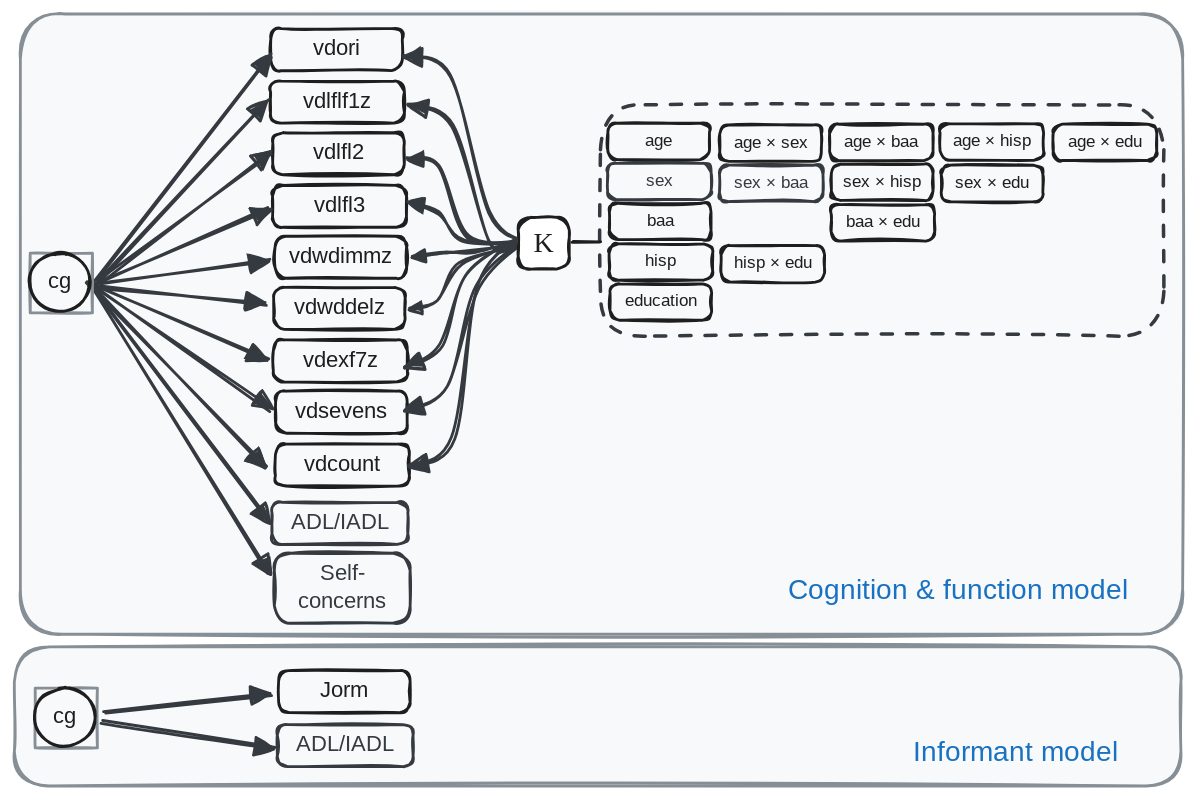
Earlier version of the Excalidraw export R/excalidraw/PMM-103-PMM-no-latent.excalidraw.svg (dougtommet/HRS_cog_classification). Source tidied: one line per element, renumbered; positions are measured from the earlier drawing's top-left corner, leaving out a move shared by most shapes.
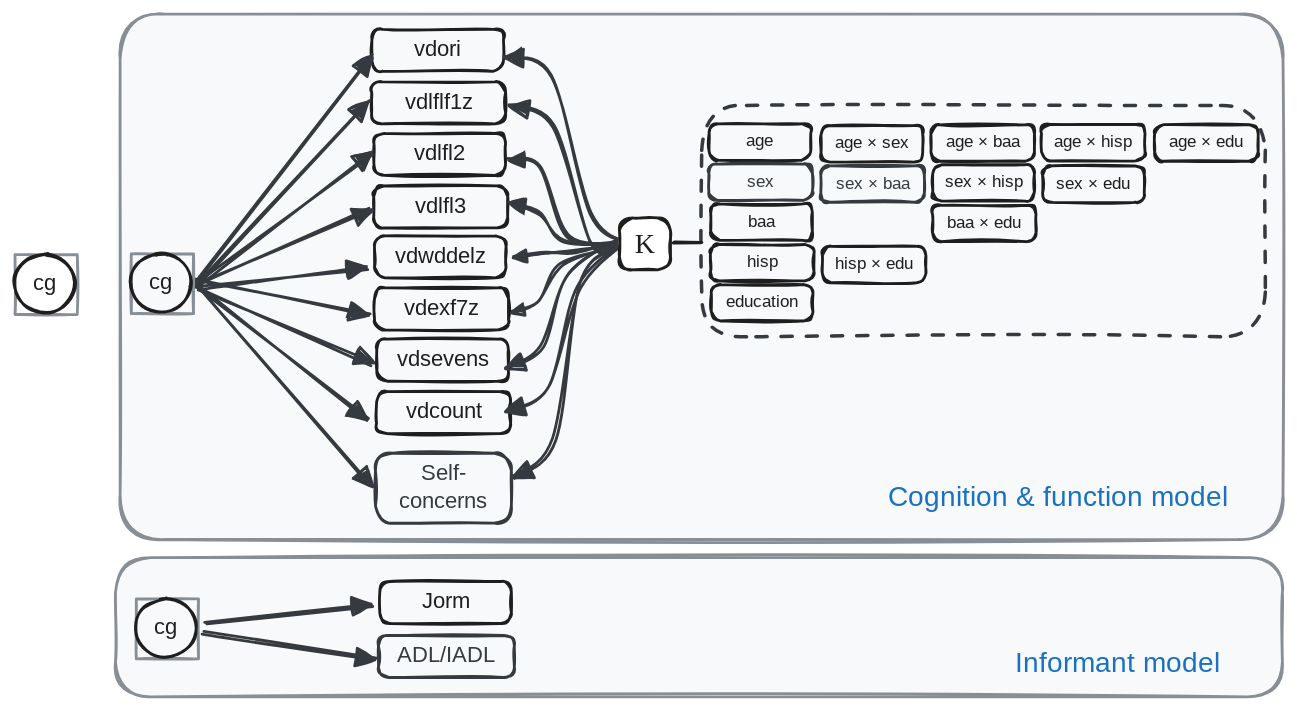
Above is the later version.

The edit, as a diff of the source:
```diff
@@ -1,38 +1,34 @@
-{"id": 0, "type": "rectangle", "strokeColor": "#868e96", "backgroundColor": "#f8f9fa", "fillStyle": "solid", "strokeWidth": 2, "roughness": 1, "round": true, "x": 0, "y": 452, "width": 834, "height": 99}
+{"id": 0, "type": "rectangle", "strokeColor": "#868e96", "backgroundColor": "#f8f9fa", "fillStyle": "solid", "strokeWidth": 2, "roughness": 1, "round": true, "x": 0, "y": 388, "width": 834, "height": 99}
-{"id": 1, "type": "rectangle", "strokeColor": "#868e96", "backgroundColor": "#f8f9fa", "fillStyle": "solid", "strokeWidth": 2, "roughness": 1, "round": true, "x": 4, "y": 0, "width": 830, "height": 443}
+{"id": 1, "type": "rectangle", "strokeColor": "#868e96", "backgroundColor": "#f8f9fa", "fillStyle": "solid", "strokeWidth": 2, "roughness": 1, "round": true, "x": 3, "y": 0, "width": 831, "height": 375}
 {"id": 2, "type": "rectangle", "strokeColor": "#1e1e1e", "strokeWidth": 2, "roughness": 1, "round": true, "x": 183, "y": 10, "width": 94, "height": 30}
 {"id": 3, "type": "text", "text": "vdori", "strokeColor": "#1e1e1e", "strokeWidth": 2, "roughness": 1, "fontSize": 16, "fontFamily": 5, "textAlign": "center", "verticalAlign": "middle", "inside": 2, "x": 213, "y": 15, "width": 34, "height": 20}
-{"id": 4, "type": "rectangle", "strokeColor": "#1e1e1e", "strokeWidth": 2, "roughness": 1, "round": true, "x": 185, "y": 195, "width": 94, "height": 30}
+{"id": 4, "type": "rectangle", "strokeColor": "#1e1e1e", "strokeWidth": 2, "roughness": 1, "round": true, "x": 185, "y": 158, "width": 94, "height": 30}
-{"id": 5, "type": "text", "text": "vdwddelz", "strokeColor": "#1e1e1e", "strokeWidth": 2, "roughness": 1, "fontSize": 16, "fontFamily": 5, "textAlign": "center", "verticalAlign": "middle", "inside": 4, "x": 197, "y": 200, "width": 70, "height": 20}
+{"id": 5, "type": "text", "text": "vdwddelz", "strokeColor": "#1e1e1e", "strokeWidth": 2, "roughness": 1, "fontSize": 16, "fontFamily": 5, "textAlign": "center", "verticalAlign": "middle", "inside": 4, "x": 197, "y": 163, "width": 70, "height": 20}
 {"id": 6, "type": "rectangle", "strokeColor": "#1e1e1e", "strokeWidth": 2, "roughness": 1, "round": true, "x": 185, "y": 85, "width": 94, "height": 30}
 {"id": 7, "type": "text", "text": "vdlfl2", "strokeColor": "#1e1e1e", "strokeWidth": 2, "roughness": 1, "fontSize": 16, "fontFamily": 5, "textAlign": "center", "verticalAlign": "middle", "inside": 6, "x": 213, "y": 90, "width": 37, "height": 20}
-{"id": 8, "type": "rectangle", "strokeColor": "#1e1e1e", "strokeWidth": 2, "roughness": 1, "round": true, "x": 187, "y": 270, "width": 94, "height": 30}
+{"id": 8, "type": "rectangle", "strokeColor": "#1e1e1e", "strokeWidth": 2, "roughness": 1, "round": true, "x": 187, "y": 232, "width": 94, "height": 30}
-{"id": 9, "type": "text", "text": "vdsevens", "strokeColor": "#1e1e1e", "strokeWidth": 2, "roughness": 1, "fontSize": 16, "fontFamily": 5, "textAlign": "center", "verticalAlign": "middle", "inside": 8, "x": 199, "y": 275, "width": 69, "height": 20}
+{"id": 9, "type": "text", "text": "vdsevens", "strokeColor": "#1e1e1e", "strokeWidth": 2, "roughness": 1, "fontSize": 16, "fontFamily": 5, "textAlign": "center", "verticalAlign": "middle", "inside": 8, "x": 199, "y": 237, "width": 69, "height": 20}
 {"id": 10, "type": "rectangle", "strokeColor": "#1e1e1e", "strokeWidth": 2, "roughness": 1, "round": true, "x": 183, "y": 48, "width": 96, "height": 30}
 {"id": 11, "type": "text", "text": "vdlflf1z", "strokeColor": "#1e1e1e", "strokeWidth": 2, "roughness": 1, "fontSize": 16, "fontFamily": 5, "textAlign": "center", "verticalAlign": "middle", "inside": 10, "x": 206, "y": 53, "width": 50, "height": 20}
-{"id": 12, "type": "rectangle", "strokeColor": "#1e1e1e", "strokeWidth": 2, "roughness": 1, "round": true, "x": 185, "y": 233, "width": 96, "height": 30}
+{"id": 12, "type": "rectangle", "strokeColor": "#1e1e1e", "strokeWidth": 2, "roughness": 1, "round": true, "x": 185, "y": 195, "width": 96, "height": 30}
-{"id": 13, "type": "text", "text": "vdexf7z", "strokeColor": "#1e1e1e", "strokeWidth": 2, "roughness": 1, "fontSize": 16, "fontFamily": 5, "textAlign": "center", "verticalAlign": "middle", "inside": 12, "x": 202, "y": 238, "width": 62, "height": 20}
+{"id": 13, "type": "text", "text": "vdexf7z", "strokeColor": "#1e1e1e", "strokeWidth": 2, "roughness": 1, "fontSize": 16, "fontFamily": 5, "textAlign": "center", "verticalAlign": "middle", "inside": 12, "x": 202, "y": 200, "width": 62, "height": 20}
 {"id": 14, "type": "rectangle", "strokeColor": "#1e1e1e", "strokeWidth": 2, "roughness": 1, "round": true, "x": 184, "y": 122, "width": 96, "height": 30}
 {"id": 15, "type": "text", "text": "vdlfl3", "strokeColor": "#1e1e1e", "strokeWidth": 2, "roughness": 1, "fontSize": 16, "fontFamily": 5, "textAlign": "center", "verticalAlign": "middle", "inside": 14, "x": 214, "y": 127, "width": 37, "height": 20}
-{"id": 16, "type": "rectangle", "strokeColor": "#1e1e1e", "strokeWidth": 2, "roughness": 1, "round": true, "x": 187, "y": 307, "width": 96, "height": 30}
+{"id": 16, "type": "rectangle", "strokeColor": "#1e1e1e", "strokeWidth": 2, "roughness": 1, "round": true, "x": 187, "y": 269, "width": 96, "height": 30}
-{"id": 17, "type": "text", "text": "vdcount", "strokeColor": "#1e1e1e", "strokeWidth": 2, "roughness": 1, "fontSize": 16, "fontFamily": 5, "textAlign": "center", "verticalAlign": "middle", "inside": 16, "x": 203, "y": 312, "width": 62, "height": 20}
+{"id": 17, "type": "text", "text": "vdcount", "strokeColor": "#1e1e1e", "strokeWidth": 2, "roughness": 1, "fontSize": 16, "fontFamily": 5, "textAlign": "center", "verticalAlign": "middle", "inside": 16, "x": 203, "y": 274, "width": 62, "height": 20}
 {"id": 18, "type": "arrow", "strokeColor": "#343a40", "strokeWidth": 2, "roughness": 1, "endArrowhead": "triangle", "round": true, "x": 58, "y": 190, "width": 124, "height": 161, "points": [[0, 0], [124, -161]]}
 {"id": 19, "type": "arrow", "strokeColor": "#343a40", "strokeWidth": 2, "roughness": 1, "endArrowhead": "triangle", "round": true, "to": 10, "x": 60, "y": 191, "width": 122, "height": 129, "points": [[0, 0], [122, -129]]}
 {"id": 20, "type": "arrow", "strokeColor": "#343a40", "strokeWidth": 2, "roughness": 1, "endArrowhead": "triangle", "round": true, "to": 6, "x": 60, "y": 192, "width": 123, "height": 92, "points": [[0, 0], [123, -92]]}
 {"id": 21, "type": "arrow", "strokeColor": "#343a40", "strokeWidth": 2, "roughness": 1, "endArrowhead": "triangle", "round": true, "from": 36, "to": 14, "x": 53, "y": 194, "width": 129, "height": 55, "points": [[0, 0], [129, -55]]}
-{"id": 22, "type": "arrow", "strokeColor": "#343a40", "strokeWidth": 2, "roughness": 1, "endArrowhead": "triangle", "round": true, "to": 4, "x": 60, "y": 195, "width": 120, "height": 13, "points": [[0, 0], [120, 13]]}
+{"id": 22, "type": "arrow", "strokeColor": "#343a40", "strokeWidth": 2, "roughness": 1, "endArrowhead": "triangle", "round": true, "to": 4, "x": 60, "y": 195, "width": 120, "height": 13, "points": [[0, 0], [120, -13]]}
-{"id": 23, "type": "arrow", "strokeColor": "#343a40", "strokeWidth": 2, "roughness": 1, "endArrowhead": "triangle", "round": true, "to": 47, "x": 62, "y": 192, "width": 120, "height": 17, "points": [[0, 0], [120, -17]]}
-{"id": 24, "type": "arrow", "strokeColor": "#343a40", "strokeWidth": 2, "roughness": 1, "endArrowhead": "triangle", "round": true, "from": 36, "to": 12, "x": 53, "y": 192, "width": 130, "height": 55, "points": [[0, 0], [130, 55]]}
+{"id": 24, "type": "arrow", "strokeColor": "#343a40", "strokeWidth": 2, "roughness": 1, "endArrowhead": "triangle", "round": true, "from": 36, "to": 12, "x": 55, "y": 189, "width": 127, "height": 25, "points": [[0, 0], [127, 25]]}
-{"id": 25, "type": "arrow", "strokeColor": "#343a40", "strokeWidth": 2, "roughness": 1, "endArrowhead": "triangle", "round": true, "to": 8, "x": 58, "y": 195, "width": 126, "height": 89, "points": [[0, 0], [126, 89]]}
+{"id": 25, "type": "arrow", "strokeColor": "#343a40", "strokeWidth": 2, "roughness": 1, "endArrowhead": "triangle", "round": true, "to": 8, "x": 58, "y": 195, "width": 126, "height": 55, "points": [[0, 0], [126, 55]]}
-{"id": 26, "type": "arrow", "strokeColor": "#343a40", "strokeWidth": 2, "roughness": 1, "endArrowhead": "triangle", "round": true, "from": 36, "to": 16, "x": 52, "y": 192, "width": 128, "height": 132, "points": [[0, 0], [128, 132]]}
+{"id": 26, "type": "arrow", "strokeColor": "#343a40", "strokeWidth": 2, "roughness": 1, "endArrowhead": "triangle", "round": true, "from": 36, "to": 16, "x": 56, "y": 192, "width": 125, "height": 97, "points": [[0, 0], [125, 97]]}
-{"id": 27, "type": "rectangle", "strokeColor": "#343a40", "strokeWidth": 2, "roughness": 1, "round": true, "x": 186, "y": 385, "width": 97, "height": 50}
+{"id": 27, "type": "rectangle", "strokeColor": "#343a40", "strokeWidth": 2, "roughness": 1, "round": true, "x": 186, "y": 313, "width": 97, "height": 50}
-{"id": 28, "type": "text", "text": "Self-\nconcerns", "strokeColor": "#343a40", "strokeWidth": 2, "roughness": 1, "fontSize": 16, "fontFamily": 5, "textAlign": "center", "verticalAlign": "middle", "inside": 27, "x": 201, "y": 390, "width": 66, "height": 40}
+{"id": 28, "type": "text", "text": "Self-\nconcerns", "strokeColor": "#343a40", "strokeWidth": 2, "roughness": 1, "fontSize": 16, "fontFamily": 5, "textAlign": "center", "verticalAlign": "bottom", "inside": 27, "x": 201, "y": 318, "width": 66, "height": 40}
-{"id": 29, "type": "rectangle", "strokeColor": "#343a40", "strokeWidth": 2, "roughness": 1, "round": true, "x": 184, "y": 349, "width": 97, "height": 30}
-{"id": 30, "type": "text", "text": "ADL/IADL", "strokeColor": "#343a40", "strokeWidth": 2, "roughness": 1, "fontSize": 16, "fontFamily": 5, "textAlign": "center", "verticalAlign": "middle", "inside": 29, "x": 195, "y": 354, "width": 76, "height": 20}
-{"id": 31, "type": "rectangle", "strokeColor": "#343a40", "strokeWidth": 2, "roughness": 1, "round": true, "x": 188, "y": 508, "width": 97, "height": 30}
+{"id": 31, "type": "rectangle", "strokeColor": "#343a40", "strokeWidth": 2, "roughness": 1, "round": true, "x": 188, "y": 443, "width": 97, "height": 30}
-{"id": 32, "type": "text", "text": "ADL/IADL", "strokeColor": "#343a40", "strokeWidth": 2, "roughness": 1, "fontSize": 16, "fontFamily": 5, "textAlign": "center", "verticalAlign": "middle", "inside": 31, "x": 199, "y": 513, "width": 76, "height": 20}
+{"id": 32, "type": "text", "text": "ADL/IADL", "strokeColor": "#343a40", "strokeWidth": 2, "roughness": 1, "fontSize": 16, "fontFamily": 5, "textAlign": "center", "verticalAlign": "middle", "inside": 31, "x": 199, "y": 448, "width": 76, "height": 20}
-{"id": 33, "type": "arrow", "strokeColor": "#343a40", "strokeWidth": 2, "roughness": 1, "endArrowhead": "triangle", "round": true, "from": 36, "to": 29, "x": 55, "y": 194, "width": 127, "height": 168, "points": [[0, 0], [127, 168]]}
-{"id": 34, "type": "arrow", "strokeColor": "#343a40", "strokeWidth": 2, "roughness": 1, "endArrowhead": "triangle", "round": true, "from": 36, "to": 27, "x": 55, "y": 195, "width": 127, "height": 206, "points": [[0, 0], [127, 206]]}
+{"id": 34, "type": "arrow", "strokeColor": "#343a40", "strokeWidth": 2, "roughness": 1, "endArrowhead": "triangle", "round": true, "from": 36, "to": 27, "x": 55, "y": 191, "width": 127, "height": 146, "points": [[0, 0], [127, 146]]}
 {"id": 35, "type": "rectangle", "strokeColor": "#868e96", "strokeWidth": 2, "roughness": 1, "x": 11, "y": 171, "width": 44, "height": 43}
 {"id": 36, "type": "ellipse", "strokeColor": "#1e1e1e", "strokeWidth": 2, "roughness": 1, "x": 11, "y": 171, "width": 44, "height": 42}
 {"id": 37, "type": "text", "text": "cg", "strokeColor": "#1e1e1e", "strokeWidth": 2, "roughness": 1, "fontSize": 16, "fontFamily": 5, "textAlign": "center", "verticalAlign": "middle", "inside": 36, "x": 25, "y": 182, "width": 15, "height": 20}
@@ -40,13 +36,11 @@
 {"id": 39, "type": "arrow", "strokeColor": "#343a40", "strokeWidth": 2, "roughness": 1, "endArrowhead": "triangle", "round": true, "from": 49, "to": 10, "x": 357, "y": 167, "width": 76, "height": 102, "points": [[0, 0], [-18, -5], [-43, -88], [-76, -102]]}
 {"id": 40, "type": "arrow", "strokeColor": "#343a40", "angle": 0.01, "strokeWidth": 2, "roughness": 1, "endArrowhead": "triangle", "round": true, "x": 366, "y": 160, "width": 87, "height": 57, "points": [[0, 0], [-41, -1], [-64, -51], [-87, -57]]}
 {"id": 41, "type": "arrow", "strokeColor": "#343a40", "angle": 0.08, "strokeWidth": 2, "roughness": 1, "endArrowhead": "triangle", "round": true, "x": 370, "y": 161, "width": 91, "height": 24, "points": [[0, 0], [-48, 2], [-68, -16], [-91, -22]]}
-{"id": 42, "type": "arrow", "strokeColor": "#343a40", "angle": 0.08, "strokeWidth": 2, "roughness": 1, "endArrowhead": "triangle", "round": true, "from": 49, "to": 47, "x": 354, "y": 161, "width": 68, "height": 15, "points": [[0, 0], [-27, 8], [-47, 11], [-68, 15]]}
+{"id": 42, "type": "arrow", "strokeColor": "#343a40", "angle": 0.08, "strokeWidth": 2, "roughness": 1, "endArrowhead": "triangle", "round": true, "from": 49, "x": 354, "y": 161, "width": 68, "height": 15, "points": [[0, 0], [-27, 8], [-47, 11], [-68, 15]]}
-{"id": 43, "type": "arrow", "strokeColor": "#343a40", "strokeWidth": 2, "roughness": 1, "endArrowhead": "triangle", "round": true, "from": 49, "to": 16, "x": 366, "y": 156, "width": 84, "height": 166, "points": [[0, 0], [-35, 36], [-53, 147], [-84, 166]]}
+{"id": 43, "type": "arrow", "strokeColor": "#343a40", "strokeWidth": 2, "roughness": 1, "endArrowhead": "triangle", "round": true, "from": 49, "to": 27, "x": 356, "y": 166, "width": 72, "height": 164, "points": [[0, 0], [-25, 26], [-43, 136], [-72, 164]]}
 {"id": 44, "type": "arrow", "strokeColor": "#343a40", "strokeWidth": 2, "roughness": 1, "endArrowhead": "triangle", "round": true, "x": 367, "y": 160, "width": 87, "height": 124, "points": [[0, 0], [-36, 35], [-57, 106], [-87, 124]]}
 {"id": 45, "type": "arrow", "strokeColor": "#343a40", "strokeWidth": 2, "roughness": 1, "endArrowhead": "triangle", "round": true, "x": 366, "y": 157, "width": 87, "height": 96, "points": [[0, 0], [-42, 28], [-62, 80], [-87, 96]]}
-{"id": 46, "type": "arrow", "strokeColor": "#343a40", "strokeWidth": 2, "roughness": 1, "endArrowhead": "triangle", "round": true, "from": 49, "to": 4, "x": 360, "y": 166, "width": 77, "height": 44, "points": [[0, 0], [-41, 13], [-57, 39], [-77, 44]]}
+{"id": 46, "type": "arrow", "strokeColor": "#343a40", "strokeWidth": 2, "roughness": 1, "endArrowhead": "triangle", "round": true, "from": 49, "to": 12, "x": 359, "y": 166, "width": 75, "height": 45, "points": [[0, 0], [-40, 12], [-57, 39], [-75, 45]]}
-{"id": 47, "type": "rectangle", "strokeColor": "#1e1e1e", "strokeWidth": 2, "roughness": 1, "round": true, "x": 186, "y": 159, "width": 94, "height": 30}
-{"id": 48, "type": "text", "text": "vdwdimmz", "strokeColor": "#1e1e1e", "strokeWidth": 2, "roughness": 1, "fontSize": 16, "fontFamily": 5, "textAlign": "center", "verticalAlign": "middle", "inside": 47, "x": 197, "y": 164, "width": 72, "height": 20}
 {"id": 49, "type": "rectangle", "strokeColor": "#1e1e1e", "backgroundColor": "#ffffff", "fillStyle": "solid", "strokeWidth": 2, "roughness": 1, "round": true, "x": 360, "y": 145, "width": 36, "height": 37}
 {"id": 50, "type": "text", "text": "Κ", "strokeColor": "#1e1e1e", "strokeWidth": 2, "roughness": 1, "fontSize": 20, "fontFamily": 6, "textAlign": "center", "verticalAlign": "middle", "inside": 49, "x": 370, "y": 150, "width": 16, "height": 27}
 {"id": 51, "type": "rectangle", "strokeColor": "#1e1e1e", "strokeWidth": 2, "roughness": 1, "round": true, "x": 424, "y": 78, "width": 73, "height": 26}
@@ -79,12 +73,15 @@
 {"id": 78, "type": "line", "strokeColor": "#1e1e1e", "backgroundColor": "#ffffff", "fillStyle": "solid", "strokeWidth": 2, "roughness": 1, "round": true, "x": 419, "y": 163, "width": 20, "height": 0, "points": [[0, 0], [-20, 0]]}
 {"id": 79, "type": "rectangle", "strokeColor": "#1e1e1e", "strokeWidth": 2, "roughness": 1, "round": true, "x": 662, "y": 108, "width": 73, "height": 26}
 {"id": 80, "type": "text", "text": "sex × edu", "strokeColor": "#1e1e1e", "strokeWidth": 2, "roughness": 1, "fontSize": 12.36, "fontFamily": 5, "textAlign": "center", "verticalAlign": "middle", "inside": 79, "x": 669, "y": 113, "width": 58, "height": 15}
-{"id": 81, "type": "rectangle", "strokeColor": "#1e1e1e", "strokeWidth": 2, "roughness": 1, "round": true, "x": 189, "y": 469, "width": 94, "height": 30}
+{"id": 81, "type": "rectangle", "strokeColor": "#1e1e1e", "strokeWidth": 2, "roughness": 1, "round": true, "x": 189, "y": 405, "width": 94, "height": 30}
-{"id": 82, "type": "text", "text": "Jorm", "strokeColor": "#1e1e1e", "strokeWidth": 2, "roughness": 1, "fontSize": 16, "fontFamily": 5, "textAlign": "center", "verticalAlign": "middle", "inside": 81, "x": 218, "y": 474, "width": 36, "height": 20}
+{"id": 82, "type": "text", "text": "Jorm", "strokeColor": "#1e1e1e", "strokeWidth": 2, "roughness": 1, "fontSize": 16, "fontFamily": 5, "textAlign": "center", "verticalAlign": "middle", "inside": 81, "x": 218, "y": 410, "width": 36, "height": 20}
-{"id": 83, "type": "arrow", "strokeColor": "#343a40", "strokeWidth": 2, "roughness": 1, "endArrowhead": "triangle", "round": true, "from": 86, "to": 81, "x": 66, "y": 500, "width": 119, "height": 14, "points": [[0, 0], [119, -14]]}
+{"id": 83, "type": "arrow", "strokeColor": "#343a40", "strokeWidth": 2, "roughness": 1, "endArrowhead": "triangle", "round": true, "from": 86, "to": 81, "x": 66, "y": 435, "width": 119, "height": 14, "points": [[0, 0], [119, -14]]}
-{"id": 84, "type": "arrow", "strokeColor": "#343a40", "strokeWidth": 2, "roughness": 1, "endArrowhead": "triangle", "round": true, "from": 86, "to": 31, "x": 63, "y": 506, "width": 124, "height": 19, "points": [[0, 0], [124, 19]]}
+{"id": 84, "type": "arrow", "strokeColor": "#343a40", "strokeWidth": 2, "roughness": 1, "endArrowhead": "triangle", "round": true, "from": 86, "to": 31, "x": 63, "y": 442, "width": 124, "height": 19, "points": [[0, 0], [124, 19]]}
-{"id": 85, "type": "rectangle", "strokeColor": "#868e96", "strokeWidth": 2, "roughness": 1, "x": 15, "y": 482, "width": 44, "height": 43}
+{"id": 85, "type": "rectangle", "strokeColor": "#868e96", "strokeWidth": 2, "roughness": 1, "x": 15, "y": 417, "width": 44, "height": 43}
-{"id": 86, "type": "ellipse", "strokeColor": "#1e1e1e", "strokeWidth": 2, "roughness": 1, "x": 14, "y": 481, "width": 44, "height": 42}
+{"id": 86, "type": "ellipse", "strokeColor": "#1e1e1e", "strokeWidth": 2, "roughness": 1, "x": 14, "y": 417, "width": 44, "height": 42}
-{"id": 87, "type": "text", "text": "cg", "strokeColor": "#1e1e1e", "strokeWidth": 2, "roughness": 1, "fontSize": 16, "fontFamily": 5, "textAlign": "center", "verticalAlign": "middle", "inside": 86, "x": 28, "y": 493, "width": 15, "height": 20}
+{"id": 87, "type": "text", "text": "cg", "strokeColor": "#1e1e1e", "strokeWidth": 2, "roughness": 1, "fontSize": 16, "fontFamily": 5, "textAlign": "center", "verticalAlign": "middle", "inside": 86, "x": 29, "y": 428, "width": 15, "height": 20}
-{"id": 88, "type": "text", "text": "Cognition & function model", "strokeColor": "#1971c2", "backgroundColor": "#f8f9fa", "fillStyle": "solid", "strokeWidth": 2, "roughness": 1, "fontSize": 20, "fontFamily": 5, "x": 553, "y": 400, "width": 260, "height": 25}
+{"id": 88, "type": "text", "text": "Cognition & function model", "strokeColor": "#1971c2", "backgroundColor": "#f8f9fa", "fillStyle": "solid", "strokeWidth": 2, "roughness": 1, "fontSize": 20, "fontFamily": 5, "verticalAlign": "bottom", "x": 552, "y": 333, "width": 260, "height": 25}
-{"id": 89, "type": "text", "text": "Informant model", "strokeColor": "#1971c2", "backgroundColor": "#f8f9fa", "fillStyle": "solid", "strokeWidth": 2, "roughness": 1, "fontSize": 20, "fontFamily": 5, "x": 642, "y": 516, "width": 159, "height": 25}
+{"id": 89, "type": "text", "text": "Informant model", "strokeColor": "#1971c2", "backgroundColor": "#f8f9fa", "fillStyle": "solid", "strokeWidth": 2, "roughness": 1, "fontSize": 20, "fontFamily": 5, "x": 642, "y": 452, "width": 159, "height": 25}
+{"id": 90, "type": "rectangle", "strokeColor": "#868e96", "strokeWidth": 2, "roughness": 1, "x": -72, "y": 171, "width": 44, "height": 43}
+{"id": 91, "type": "ellipse", "strokeColor": "#1e1e1e", "strokeWidth": 2, "roughness": 1, "x": -72, "y": 171, "width": 44, "height": 42}
+{"id": 92, "type": "text", "text": "cg", "strokeColor": "#1e1e1e", "strokeWidth": 2, "roughness": 1, "fontSize": 16, "fontFamily": 5, "textAlign": "center", "verticalAlign": "middle", "inside": 91, "x": -58, "y": 182, "width": 15, "height": 20}
```
